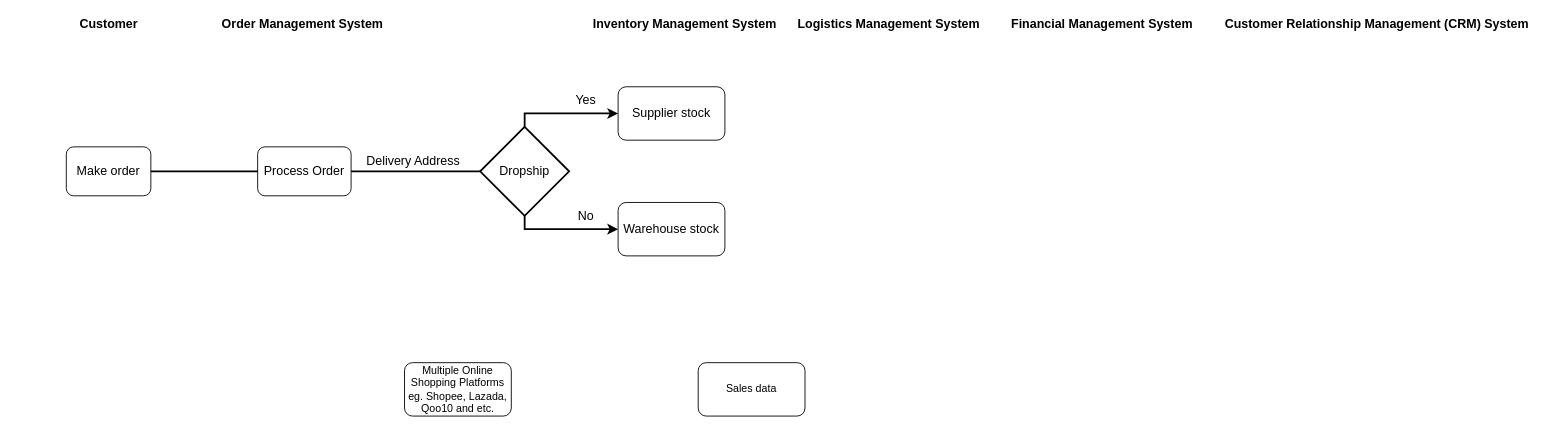
Levaote/chart keeps this draw.io diagram as ERP flowchart.drawio. Above is the earlier version. Source tidied: cells renumbered, new cells numbered last; positions are measured from the earlier drawing's top-left corner, leaving out a move shared by most shapes. Both pictures are drawn from the tidied source at 89%, with x=0, y=0 at pixel (14, 15).
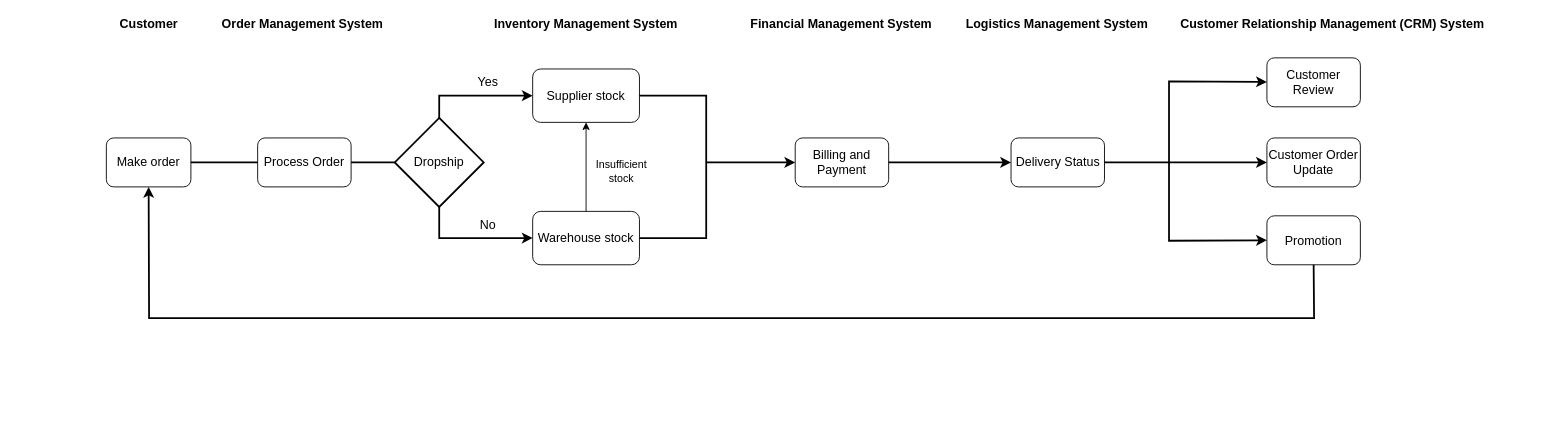
Above is the later version.

Change to the diagram source:
```diff
@@
-    <mxCell id="2" value="Multiple Online Shopping Platforms&lt;br&gt;eg. Shopee, Lazada, Qoo10 and etc." style="rounded=1;whiteSpace=wrap;html=1;" parent="1" vertex="1">
-      <mxGeometry x="438" y="390" width="120" height="60" as="geometry" />
-    </mxCell>
-    <mxCell id="3" value="Sales data" style="rounded=1;whiteSpace=wrap;html=1;" parent="1" vertex="1">
-      <mxGeometry x="768" y="390" width="120" height="60" as="geometry" />
-    </mxCell>
     <mxCell id="4" value="Warehouse stock" style="rounded=1;whiteSpace=wrap;html=1;fontSize=14;" parent="1" vertex="1">
-      <mxGeometry x="678" y="210" width="120" height="60" as="geometry" />
+      <mxGeometry x="582" y="220" width="120" height="60" as="geometry" />
     </mxCell>
     <mxCell id="5" value="Make order" style="rounded=1;whiteSpace=wrap;html=1;fontSize=14;" parent="1" vertex="1">
-      <mxGeometry x="58" y="147.5" width="95" height="55" as="geometry" />
+      <mxGeometry x="103" y="137.5" width="95" height="55" as="geometry" />
     </mxCell>
@@
     <mxCell id="7" value="&lt;span style=&quot;font-size: 14px;&quot; id=&quot;docs-internal-guid-9415e34b-7fff-a1a2-4295-181ad273ff44&quot;&gt;&lt;span style=&quot;font-size: 14px; font-family: Arial; color: rgb(0, 0, 0); background-color: transparent; font-style: normal; font-variant: normal; text-decoration: none; vertical-align: baseline;&quot;&gt;Customer Relationship Management (CRM) System&lt;/span&gt;&lt;/span&gt;" style="text;whiteSpace=wrap;html=1;verticalAlign=middle;fontSize=14;fontStyle=1;" parent="1" vertex="1">
-      <mxGeometry x="1358" width="350" height="20" as="geometry" />
+      <mxGeometry x="1308" width="350" height="20" as="geometry" />
     </mxCell>
     <mxCell id="8" value="&lt;span style=&quot;font-size: 14px;&quot; id=&quot;docs-internal-guid-a8fc3402-7fff-b40d-7543-340d0212bfa5&quot;&gt;&lt;span style=&quot;font-size: 14px; font-family: Arial; color: rgb(0, 0, 0); background-color: transparent; font-style: normal; font-variant: normal; text-decoration: none; vertical-align: baseline;&quot;&gt;Logistics Management System&lt;/span&gt;&lt;/span&gt;" style="text;whiteSpace=wrap;html=1;verticalAlign=middle;fontSize=14;fontStyle=1;" parent="1" vertex="1">
-      <mxGeometry x="878" width="210" height="20" as="geometry" />
+      <mxGeometry x="1067" width="210" height="20" as="geometry" />
     </mxCell>
     <mxCell id="9" value="&lt;span style=&quot;font-size: 14px;&quot; id=&quot;docs-internal-guid-5dac52f8-7fff-e4c4-6359-efce4633b223&quot;&gt;&lt;span style=&quot;font-size: 14px; font-family: Arial; color: rgb(0, 0, 0); background-color: transparent; font-style: normal; font-variant: normal; text-decoration: none; vertical-align: baseline;&quot;&gt;Financial Management System&lt;/span&gt;&lt;/span&gt;" style="text;whiteSpace=wrap;html=1;verticalAlign=middle;fontSize=14;fontStyle=1;" parent="1" vertex="1">
-      <mxGeometry x="1118" width="210" height="20" as="geometry" />
+      <mxGeometry x="824.5" width="210" height="20" as="geometry" />
     </mxCell>
     <mxCell id="10" value="&lt;span style=&quot;font-size: 14px;&quot; id=&quot;docs-internal-guid-6c4757c5-7fff-143b-70de-a1ef65d458ee&quot;&gt;&lt;span style=&quot;font-size: 14px; font-family: Arial; color: rgb(0, 0, 0); background-color: transparent; font-style: normal; font-variant: normal; text-decoration: none; vertical-align: baseline;&quot;&gt;Inventory Management System&lt;/span&gt;&lt;/span&gt;" style="text;whiteSpace=wrap;html=1;verticalAlign=middle;fontSize=14;fontStyle=1;" parent="1" vertex="1">
-      <mxGeometry x="648" width="210" height="20" as="geometry" />
+      <mxGeometry x="537" width="210" height="20" as="geometry" />
     </mxCell>
     <mxCell id="11" value="&lt;span style=&quot;font-size: 14px;&quot; id=&quot;docs-internal-guid-6c4757c5-7fff-143b-70de-a1ef65d458ee&quot;&gt;&lt;span style=&quot;font-size: 14px; font-family: Arial; color: rgb(0, 0, 0); background-color: transparent; font-style: normal; font-variant: normal; text-decoration: none; vertical-align: baseline;&quot;&gt;Customer&lt;/span&gt;&lt;/span&gt;" style="text;whiteSpace=wrap;html=1;verticalAlign=middle;align=center;fontStyle=1;fontSize=14;" parent="1" vertex="1">
-      <mxGeometry x="0.5" width="210" height="20" as="geometry" />
+      <mxGeometry x="45.5" width="210" height="20" as="geometry" />
     </mxCell>
     <mxCell id="12" value="Process Order" style="rounded=1;whiteSpace=wrap;html=1;fontSize=14;" parent="1" vertex="1">
-      <mxGeometry x="273" y="147.5" width="105" height="55" as="geometry" />
+      <mxGeometry x="273" y="137.5" width="105" height="55" as="geometry" />
     </mxCell>
     <mxCell id="13" value="Supplier stock" style="rounded=1;whiteSpace=wrap;html=1;fontSize=14;" parent="1" vertex="1">
-      <mxGeometry x="678" y="80" width="120" height="60" as="geometry" />
+      <mxGeometry x="582" y="60" width="120" height="60" as="geometry" />
     </mxCell>
     <mxCell id="14" value="No" style="text;html=1;strokeColor=none;fillColor=none;align=center;verticalAlign=middle;whiteSpace=wrap;rounded=0;fontSize=14;" parent="1" vertex="1">
-      <mxGeometry x="612" y="210" width="60" height="30" as="geometry" />
+      <mxGeometry x="502" y="220" width="60" height="30" as="geometry" />
     </mxCell>
     <mxCell id="15" value="Yes" style="text;html=1;strokeColor=none;fillColor=none;align=center;verticalAlign=middle;whiteSpace=wrap;rounded=0;fontSize=14;" parent="1" vertex="1">
-      <mxGeometry x="612" y="80" width="60" height="30" as="geometry" />
+      <mxGeometry x="502" y="60" width="60" height="30" as="geometry" />
     </mxCell>
     <mxCell id="16" style="edgeStyle=orthogonalEdgeStyle;rounded=0;jettySize=auto;html=1;entryX=0;entryY=0.5;entryDx=0;entryDy=0;strokeWidth=2;fontSize=14;exitX=0.5;exitY=0;exitDx=0;exitDy=0;exitPerimeter=0;" parent="1" edge="1" source="18" target="13">
       <mxGeometry relative="1" as="geometry">
         <Array as="points">
-          <mxPoint x="573" y="110" />
+          <mxPoint x="477" y="90" />
+          <mxPoint x="582" y="90" />
         </Array>
       </mxGeometry>
     </mxCell>
     <mxCell id="17" style="edgeStyle=orthogonalEdgeStyle;rounded=0;jettySize=auto;html=1;entryX=0;entryY=0.5;entryDx=0;entryDy=0;strokeWidth=2;fontSize=14;exitX=0.5;exitY=1;exitDx=0;exitDy=0;exitPerimeter=0;" parent="1" edge="1" source="18" target="4">
       <mxGeometry relative="1" as="geometry">
         <Array as="points">
-          <mxPoint x="573" y="240" />
+          <mxPoint x="477" y="250" />
+          <mxPoint x="582" y="250" />
         </Array>
       </mxGeometry>
     </mxCell>
     <mxCell id="18" value="Dropship" style="strokeWidth=2;html=1;shape=mxgraph.flowchart.decision;whiteSpace=wrap;fontSize=14;" parent="1" vertex="1">
-      <mxGeometry x="523" y="125" width="100" height="100" as="geometry" />
+      <mxGeometry x="427" y="115" width="100" height="100" as="geometry" />
     </mxCell>
@@
-    <mxCell id="21" value="Delivery Address" style="text;html=1;strokeColor=none;fillColor=none;align=center;verticalAlign=middle;whiteSpace=wrap;rounded=0;fontSize=14;" parent="1" vertex="1">
-      <mxGeometry x="388" y="147.5" width="120" height="30" as="geometry" />
-    </mxCell>
+    <mxCell id="22" style="edgeStyle=orthogonalEdgeStyle;rounded=0;orthogonalLoop=1;jettySize=auto;html=1;exitX=0.5;exitY=1;exitDx=0;exitDy=0;" parent="1" edge="1" source="10" target="10">
+      <mxGeometry relative="1" as="geometry" />
+    </mxCell>
+    <mxCell id="23" style="endArrow=classic;html=1;rounded=0;exitX=0.5;exitY=0;exitDx=0;exitDy=0;entryX=0.5;entryY=1;entryDx=0;entryDy=0;" parent="1" edge="1" source="4" target="13">
+      <mxGeometry relative="1" as="geometry" />
+    </mxCell>
+    <mxCell id="24" value="Insufficient stock" style="text;html=1;strokeColor=none;fillColor=none;align=center;verticalAlign=middle;whiteSpace=wrap;rounded=0;" parent="1" vertex="1">
+      <mxGeometry x="652" y="160" width="60" height="30" as="geometry" />
+    </mxCell>
+    <mxCell id="25" style="edgeStyle=orthogonalEdgeStyle;rounded=0;orthogonalLoop=1;jettySize=auto;html=1;exitX=0.5;exitY=1;exitDx=0;exitDy=0;" parent="1" edge="1" source="8" target="8">
+      <mxGeometry relative="1" as="geometry" />
+    </mxCell>
+    <mxCell id="26" value="Billing and Payment" style="rounded=1;whiteSpace=wrap;html=1;fontSize=14;" parent="1" vertex="1">
+      <mxGeometry x="877" y="137.5" width="105" height="55" as="geometry" />
+    </mxCell>
+    <mxCell id="27" style="endArrow=classic;html=1;rounded=0;strokeWidth=2;entryX=0;entryY=0.5;entryDx=0;entryDy=0;" parent="1" edge="1" target="26">
+      <mxGeometry relative="1" as="geometry">
+        <mxPoint x="777" y="165" as="sourcePoint" />
+      </mxGeometry>
+    </mxCell>
+    <mxCell id="28" style="endArrow=none;html=1;rounded=0;strokeWidth=2;exitX=1;exitY=0.5;exitDx=0;exitDy=0;" parent="1" edge="1" source="4">
+      <mxGeometry relative="1" as="geometry">
+        <mxPoint x="777" y="170" as="targetPoint" />
+        <Array as="points">
+          <mxPoint x="777" y="250" />
+        </Array>
+      </mxGeometry>
+    </mxCell>
+    <mxCell id="29" style="endArrow=none;html=1;rounded=0;strokeWidth=2;exitX=1;exitY=0.5;exitDx=0;exitDy=0;" parent="1" edge="1">
+      <mxGeometry relative="1" as="geometry">
+        <mxPoint x="702" y="90" as="sourcePoint" />
+        <mxPoint x="777" y="170" as="targetPoint" />
+        <Array as="points">
+          <mxPoint x="777" y="90" />
+        </Array>
+      </mxGeometry>
+    </mxCell>
+    <mxCell id="30" style="endArrow=classic;html=1;rounded=0;strokeWidth=2;exitX=1;exitY=0.5;exitDx=0;exitDy=0;entryX=0;entryY=0.5;entryDx=0;entryDy=0;" parent="1" edge="1" source="26" target="31">
+      <mxGeometry relative="1" as="geometry" />
+    </mxCell>
+    <mxCell id="31" value="Delivery Status" style="rounded=1;whiteSpace=wrap;html=1;fontSize=14;" parent="1" vertex="1">
+      <mxGeometry x="1119.5" y="137.5" width="105" height="55" as="geometry" />
+    </mxCell>
+    <mxCell id="32" style="endArrow=classic;html=1;rounded=0;strokeWidth=2;exitX=1;exitY=0.5;exitDx=0;exitDy=0;entryX=0;entryY=0.5;entryDx=0;entryDy=0;" parent="1" edge="1" source="31" target="33">
+      <mxGeometry relative="1" as="geometry" />
+    </mxCell>
+    <mxCell id="33" value="Customer Order Update" style="rounded=1;whiteSpace=wrap;html=1;fontSize=14;" parent="1" vertex="1">
+      <mxGeometry x="1407" y="137.5" width="105" height="55" as="geometry" />
+    </mxCell>
+    <mxCell id="34" value="Customer Review" style="rounded=1;whiteSpace=wrap;html=1;fontSize=14;" parent="1" vertex="1">
+      <mxGeometry x="1407" y="47.5" width="105" height="55" as="geometry" />
+    </mxCell>
+    <mxCell id="35" value="Promotion" style="rounded=1;whiteSpace=wrap;html=1;fontSize=14;" parent="1" vertex="1">
+      <mxGeometry x="1407" y="225" width="105" height="55" as="geometry" />
+    </mxCell>
+    <mxCell id="36" style="endArrow=classic;html=1;rounded=0;strokeWidth=2;entryX=0;entryY=0.5;entryDx=0;entryDy=0;" parent="1" edge="1" target="35">
+      <mxGeometry relative="1" as="geometry">
+        <mxPoint x="1297" y="170" as="sourcePoint" />
+        <Array as="points">
+          <mxPoint x="1297" y="253" />
+        </Array>
+      </mxGeometry>
+    </mxCell>
+    <mxCell id="37" style="endArrow=classic;html=1;rounded=0;strokeWidth=2;entryX=0;entryY=0.5;entryDx=0;entryDy=0;" parent="1" edge="1">
+      <mxGeometry relative="1" as="geometry">
+        <mxPoint x="1297" y="170" as="sourcePoint" />
+        <mxPoint x="1407" y="74.5" as="targetPoint" />
+        <Array as="points">
+          <mxPoint x="1297" y="74" />
+        </Array>
+      </mxGeometry>
+    </mxCell>
+    <mxCell id="38" style="endArrow=classic;html=1;rounded=0;strokeWidth=2;entryX=0.5;entryY=1;entryDx=0;entryDy=0;exitX=0.5;exitY=1;exitDx=0;exitDy=0;" parent="1" edge="1" source="35" target="5">
+      <mxGeometry relative="1" as="geometry">
+        <Array as="points">
+          <mxPoint x="1460" y="340" />
+          <mxPoint x="151" y="340" />
+        </Array>
+      </mxGeometry>
+    </mxCell>
```
